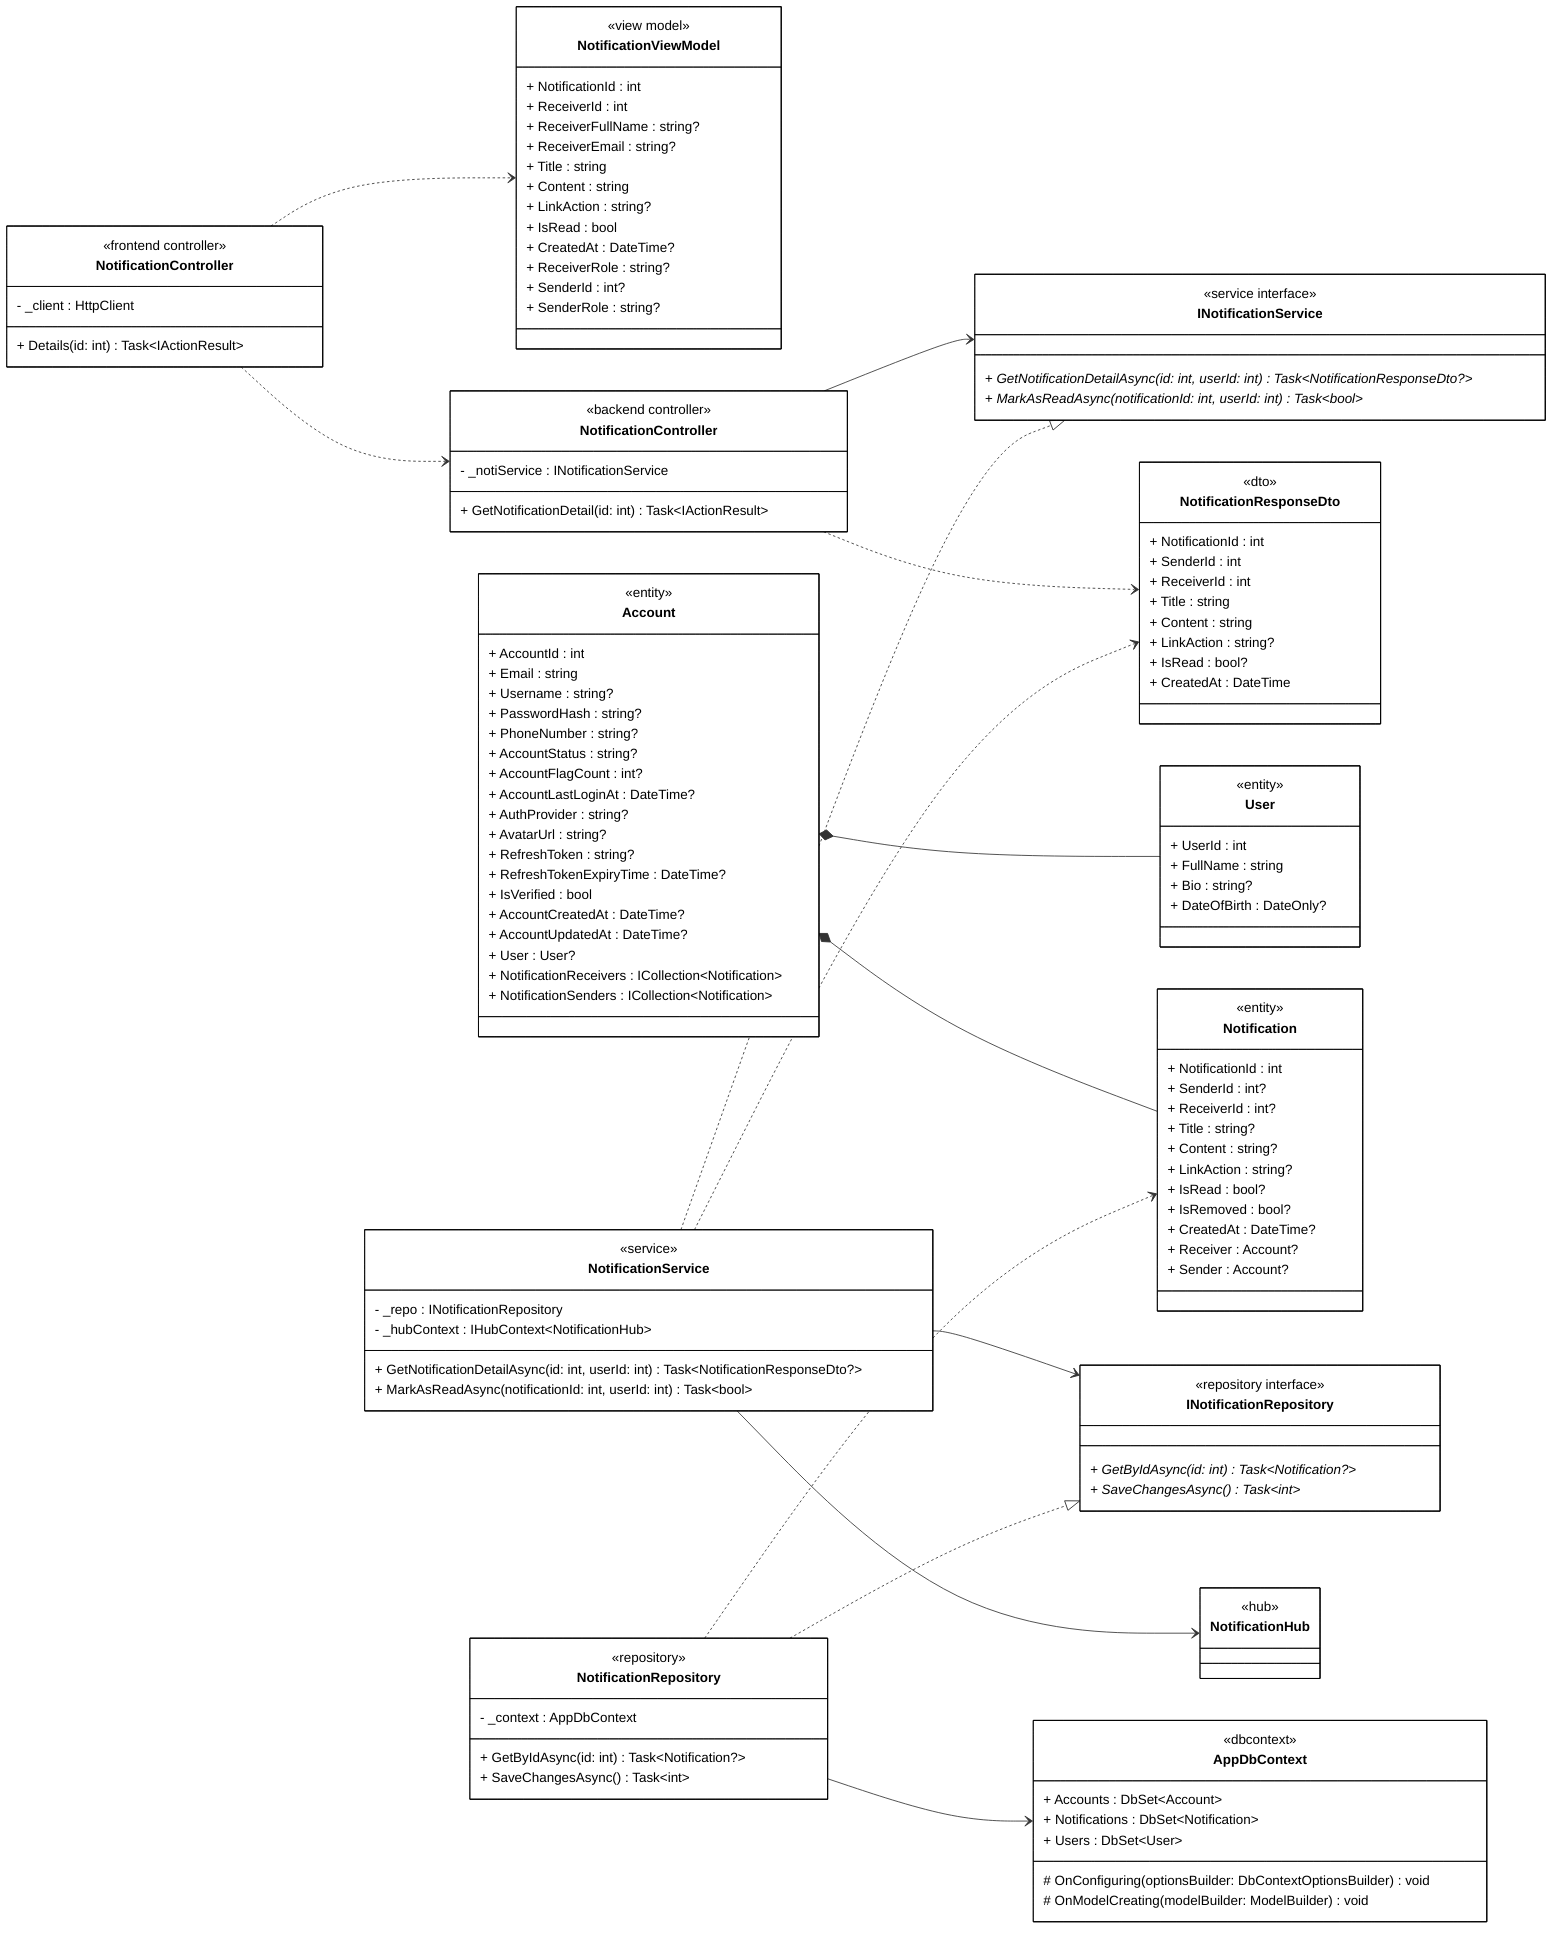
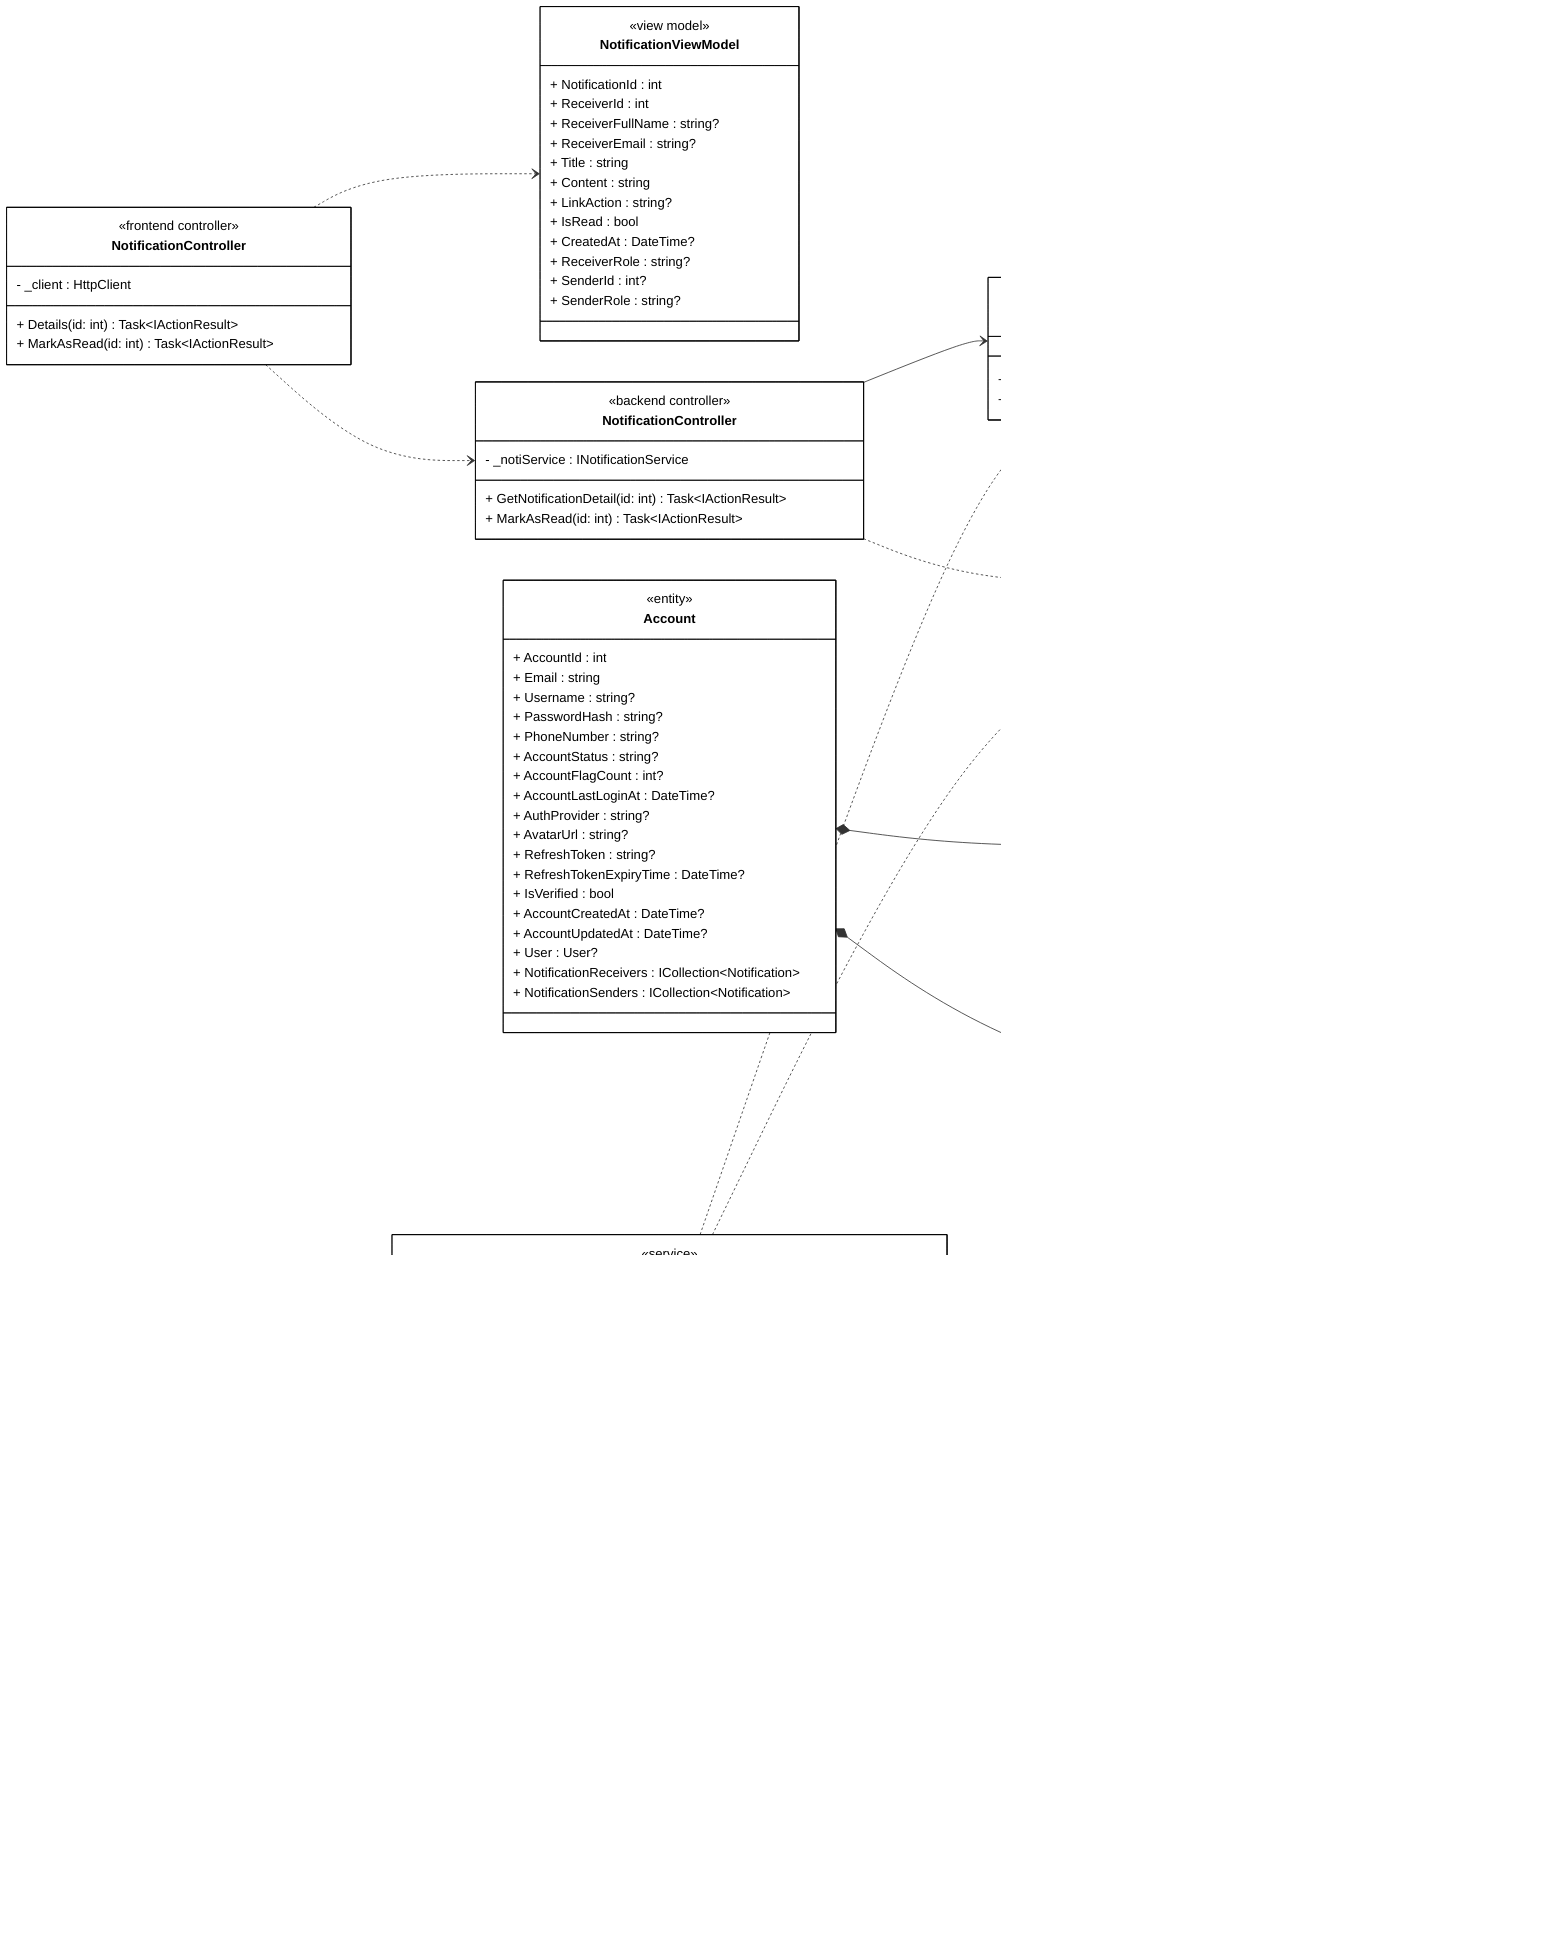
classDiagram
direction LR

%% ==================== FRONTEND ====================

class FrontendController["NotificationController"] {
    <<frontend controller>>
    - _client : HttpClient
    + Details(id: int) Task~IActionResult~
+     + MarkAsRead(id: int) Task~IActionResult~
}

class NotificationViewModel {
    <<view model>>
    + NotificationId : int
    + ReceiverId : int
    + ReceiverFullName : string?
    + ReceiverEmail : string?
    + Title : string
    + Content : string
    + LinkAction : string?
    + IsRead : bool
    + CreatedAt : DateTime?
    + ReceiverRole : string?
    + SenderId : int?
    + SenderRole : string?
}

%% ==================== BACKEND - CONTROLLER ====================

class BackendController["NotificationController"] {
    <<backend controller>>
    - _notiService : INotificationService
    + GetNotificationDetail(id: int) Task~IActionResult~
+     + MarkAsRead(id: int) Task~IActionResult~
}

%% ==================== BACKEND - DTOs ====================

class NotificationResponseDto {
    <<dto>>
    + NotificationId : int
    + SenderId : int
    + ReceiverId : int
    + Title : string
    + Content : string
    + LinkAction : string?
    + IsRead : bool?
    + CreatedAt : DateTime
}

%% ==================== BACKEND - DOMAIN ENTITIES ====================

class Notification {
    <<entity>>
    + NotificationId : int
    + SenderId : int?
    + ReceiverId : int?
    + Title : string?
    + Content : string?
    + LinkAction : string?
    + IsRead : bool?
    + IsRemoved : bool?
    + CreatedAt : DateTime?
    + Receiver : Account?
    + Sender : Account?
}

class Account {
    <<entity>>
    + AccountId : int
    + Email : string
    + Username : string?
    + PasswordHash : string?
    + PhoneNumber : string?
    + AccountStatus : string?
    + AccountFlagCount : int?
    + AccountLastLoginAt : DateTime?
    + AuthProvider : string?
    + AvatarUrl : string?
    + RefreshToken : string?
    + RefreshTokenExpiryTime : DateTime?
    + IsVerified : bool
    + AccountCreatedAt : DateTime?
    + AccountUpdatedAt : DateTime?
    + User : User?
    + NotificationReceivers : ICollection~Notification~
    + NotificationSenders : ICollection~Notification~
}

class User {
    <<entity>>
    + UserId : int
    + FullName : string
    + Bio : string?
    + DateOfBirth : DateOnly?
}

%% ==================== BACKEND - SERVICE INTERFACES ====================

class INotificationService {
    <<service interface>>
    + GetNotificationDetailAsync(id: int, userId: int) Task~NotificationResponseDto?~ *
    + MarkAsReadAsync(notificationId: int, userId: int) Task~bool~ *
}

%% ==================== BACKEND - REPOSITORY INTERFACES ====================

class INotificationRepository {
    <<repository interface>>
    + GetByIdAsync(id: int) Task~Notification?~ *
+     + Update(notification: Notification) void *
    + SaveChangesAsync() Task~int~ *
}

%% ==================== BACKEND - SERVICE IMPLEMENTATION ====================

class NotificationService {
    <<service>>
    - _repo : INotificationRepository
    - _hubContext : IHubContext~NotificationHub~
    + GetNotificationDetailAsync(id: int, userId: int) Task~NotificationResponseDto?~
    + MarkAsReadAsync(notificationId: int, userId: int) Task~bool~
}

%% ==================== BACKEND - REPOSITORY IMPLEMENTATION ====================

class NotificationRepository {
    <<repository>>
    - _context : AppDbContext
    + GetByIdAsync(id: int) Task~Notification?~
+     + Update(notification: Notification) void
    + SaveChangesAsync() Task~int~
}

%% ==================== BACKEND - DbContext ====================

class AppDbContext {
    <<dbcontext>>
    + Accounts : DbSet~Account~
    + Notifications : DbSet~Notification~
    + Users : DbSet~User~

    # OnConfiguring(optionsBuilder: DbContextOptionsBuilder) void
    # OnModelCreating(modelBuilder: ModelBuilder) void
}

%% ==================== BACKEND - HUBS ====================

class NotificationHub {
    <<hub>>
+     + SendAsync(method: string) Task
}

%% ==================== RELATIONSHIPS ====================

%% === COMPOSITION (filled diamond) ===
Account *-- User
Account *-- Notification

%% === UNIDIRECTIONAL ASSOCIATION (solid arrow) ===
BackendController --> INotificationService
NotificationService --> INotificationRepository
NotificationRepository --> AppDbContext
NotificationService --> NotificationHub

%% === INTERFACE REALIZATION ===
NotificationService ..|> INotificationService
NotificationRepository ..|> INotificationRepository

%% === DEPENDENCY (dashed arrows) ===
FrontendController ..> BackendController
FrontendController ..> NotificationViewModel
BackendController ..> NotificationResponseDto
NotificationService ..> NotificationResponseDto
NotificationRepository ..> Notification

%% ==================== STYLES ====================

classDef default fill:#FFFFFF,stroke:#000000,stroke-width:1px,color:#000000
